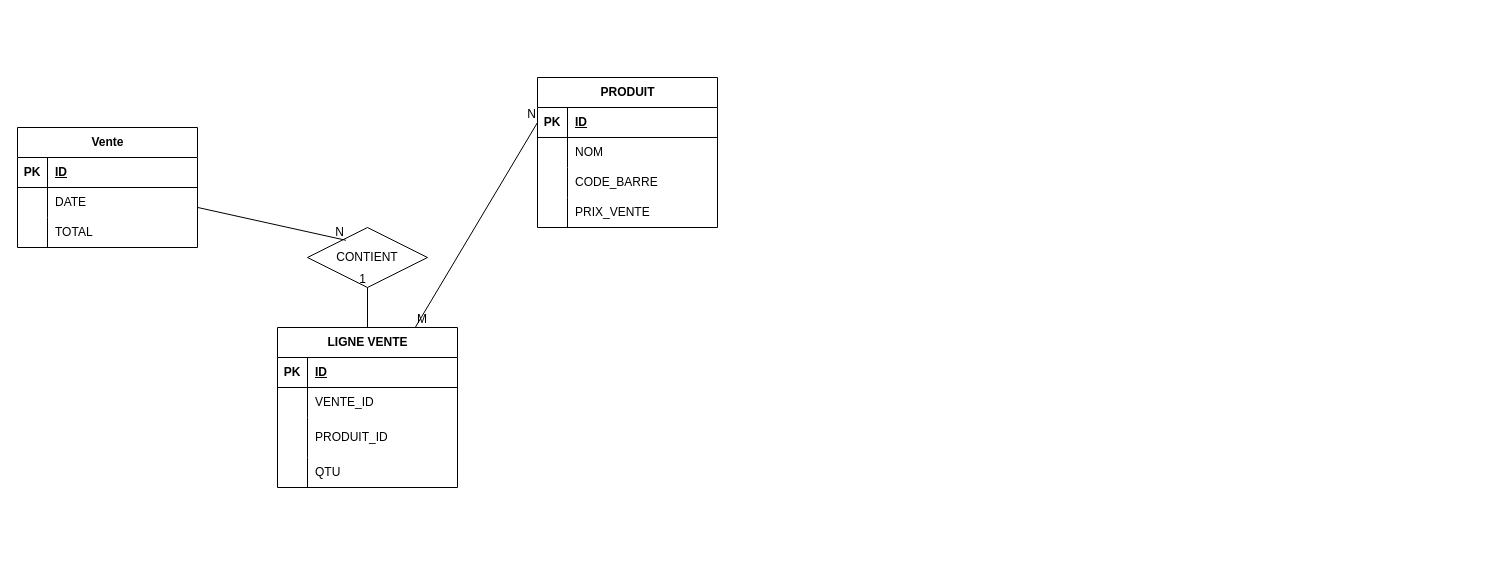
The draw.io diagram docs/mcd.drawio in bizkda/store-manager, before the edit. Source tidied: cells renumbered, new cells numbered last; positions are measured from the earlier drawing's top-left corner, leaving out a move shared by most shapes. Both pictures are drawn from the tidied source at 100%, with x=0, y=0 at pixel (17, 77).
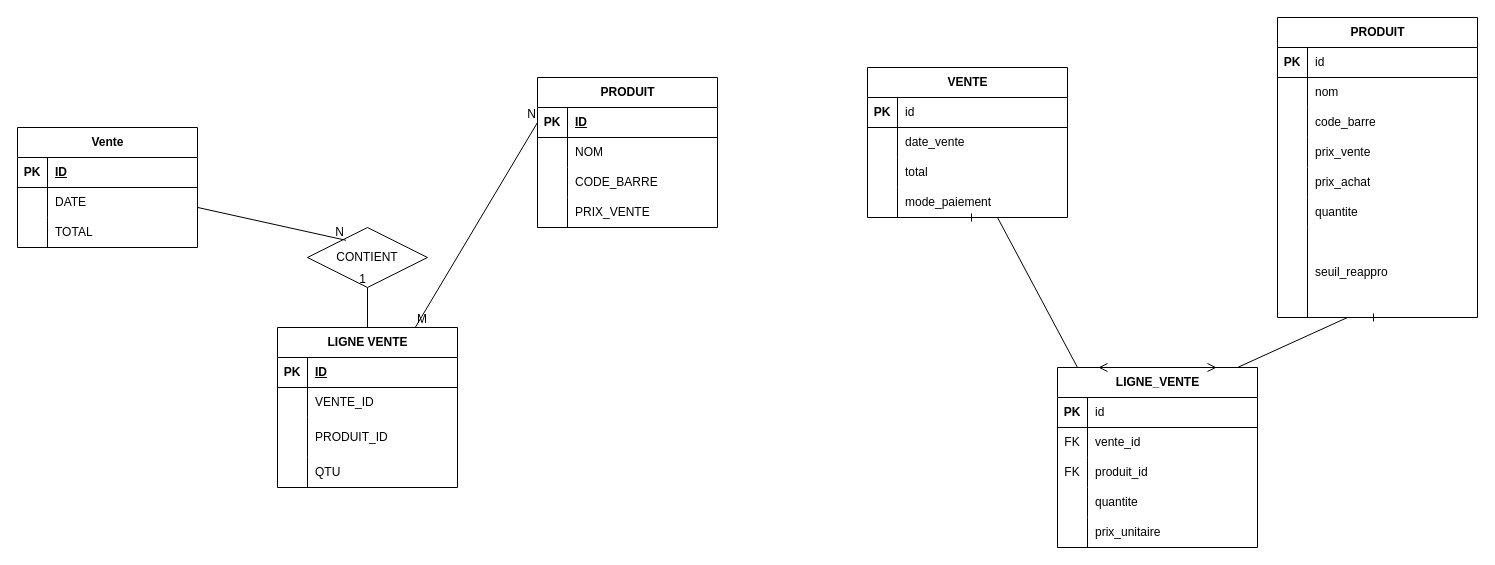
Above is the later version.

Change to the diagram source:
```diff
@@
+    <mxCell id="46" value="VENTE" style="shape=table;startSize=30;childLayout=tableLayout;rowLines=0;fontStyle=1;align=center;html=1;" parent="1" vertex="1">
+      <mxGeometry x="850" y="-10" width="200" height="150" as="geometry" />
+    </mxCell>
+    <mxCell id="47" style="shape=tableRow;horizontal=0;startSize=0;swimlaneHead=0;swimlaneBody=0;fillColor=none;top=0;left=0;right=0;bottom=1;" parent="46" vertex="1">
+      <mxGeometry y="30" width="200" height="30" as="geometry" />
+    </mxCell>
+    <mxCell id="48" value="PK" style="shape=partialRectangle;fillColor=none;top=0;left=0;bottom=0;right=0;fontStyle=1;overflow=hidden;whiteSpace=wrap;html=1;" parent="47" vertex="1">
+      <mxGeometry width="30" height="30" as="geometry" />
+    </mxCell>
+    <mxCell id="49" value="id" style="shape=partialRectangle;fillColor=none;top=0;left=0;bottom=0;right=0;align=left;spacingLeft=6;overflow=hidden;whiteSpace=wrap;html=1;" parent="47" vertex="1">
+      <mxGeometry x="30" width="170" height="30" as="geometry" />
+    </mxCell>
+    <mxCell id="50" style="shape=tableRow;horizontal=0;startSize=0;swimlaneHead=0;swimlaneBody=0;fillColor=none;top=0;left=0;right=0;bottom=0;" parent="46" vertex="1">
+      <mxGeometry y="60" width="200" height="30" as="geometry" />
+    </mxCell>
+    <mxCell id="51" style="shape=partialRectangle;fillColor=none;top=0;left=0;bottom=0;right=0;overflow=hidden;whiteSpace=wrap;html=1;" parent="50" vertex="1">
+      <mxGeometry width="30" height="30" as="geometry" />
+    </mxCell>
+    <mxCell id="52" value="date_vente" style="shape=partialRectangle;fillColor=none;top=0;left=0;bottom=0;right=0;align=left;spacingLeft=6;overflow=hidden;whiteSpace=wrap;html=1;" parent="50" vertex="1">
+      <mxGeometry x="30" width="170" height="30" as="geometry" />
+    </mxCell>
+    <mxCell id="53" style="shape=tableRow;horizontal=0;startSize=0;swimlaneHead=0;swimlaneBody=0;fillColor=none;top=0;left=0;right=0;bottom=0;" parent="46" vertex="1">
+      <mxGeometry y="90" width="200" height="30" as="geometry" />
+    </mxCell>
+    <mxCell id="54" style="shape=partialRectangle;fillColor=none;top=0;left=0;bottom=0;right=0;overflow=hidden;whiteSpace=wrap;html=1;" parent="53" vertex="1">
+      <mxGeometry width="30" height="30" as="geometry" />
+    </mxCell>
+    <mxCell id="55" value="total" style="shape=partialRectangle;fillColor=none;top=0;left=0;bottom=0;right=0;align=left;spacingLeft=6;overflow=hidden;whiteSpace=wrap;html=1;" parent="53" vertex="1">
+      <mxGeometry x="30" width="170" height="30" as="geometry" />
+    </mxCell>
+    <mxCell id="56" style="shape=tableRow;horizontal=0;startSize=0;swimlaneHead=0;swimlaneBody=0;fillColor=none;top=0;left=0;right=0;bottom=0;" parent="46" vertex="1">
+      <mxGeometry y="120" width="200" height="30" as="geometry" />
+    </mxCell>
+    <mxCell id="57" style="shape=partialRectangle;fillColor=none;top=0;left=0;bottom=0;right=0;overflow=hidden;whiteSpace=wrap;html=1;" parent="56" vertex="1">
+      <mxGeometry width="30" height="30" as="geometry" />
+    </mxCell>
+    <mxCell id="58" value="mode_paiement" style="shape=partialRectangle;fillColor=none;top=0;left=0;bottom=0;right=0;align=left;spacingLeft=6;overflow=hidden;whiteSpace=wrap;html=1;" parent="56" vertex="1">
+      <mxGeometry x="30" width="170" height="30" as="geometry" />
+    </mxCell>
+    <mxCell id="59" value="PRODUIT" style="shape=table;startSize=30;childLayout=tableLayout;rowLines=0;fontStyle=1;align=center;html=1;" parent="1" vertex="1">
+      <mxGeometry x="1260" y="-60" width="200" height="300" as="geometry" />
+    </mxCell>
+    <mxCell id="60" style="shape=tableRow;horizontal=0;startSize=0;swimlaneHead=0;swimlaneBody=0;fillColor=none;top=0;left=0;right=0;bottom=1;" parent="59" vertex="1">
+      <mxGeometry y="30" width="200" height="30" as="geometry" />
+    </mxCell>
+    <mxCell id="61" value="PK" style="shape=partialRectangle;fillColor=none;top=0;left=0;bottom=0;right=0;fontStyle=1;overflow=hidden;whiteSpace=wrap;html=1;" parent="60" vertex="1">
+      <mxGeometry width="30" height="30" as="geometry" />
+    </mxCell>
+    <mxCell id="62" value="id" style="shape=partialRectangle;fillColor=none;top=0;left=0;bottom=0;right=0;align=left;spacingLeft=6;overflow=hidden;whiteSpace=wrap;html=1;" parent="60" vertex="1">
+      <mxGeometry x="30" width="170" height="30" as="geometry" />
+    </mxCell>
+    <mxCell id="63" style="shape=tableRow;horizontal=0;startSize=0;swimlaneHead=0;swimlaneBody=0;fillColor=none;top=0;left=0;right=0;bottom=0;" parent="59" vertex="1">
+      <mxGeometry y="60" width="200" height="30" as="geometry" />
+    </mxCell>
+    <mxCell id="64" style="shape=partialRectangle;fillColor=none;top=0;left=0;bottom=0;right=0;overflow=hidden;whiteSpace=wrap;html=1;" parent="63" vertex="1">
+      <mxGeometry width="30" height="30" as="geometry" />
+    </mxCell>
+    <mxCell id="65" value="nom" style="shape=partialRectangle;fillColor=none;top=0;left=0;bottom=0;right=0;align=left;spacingLeft=6;overflow=hidden;whiteSpace=wrap;html=1;" parent="63" vertex="1">
+      <mxGeometry x="30" width="170" height="30" as="geometry" />
+    </mxCell>
+    <mxCell id="66" style="shape=tableRow;horizontal=0;startSize=0;swimlaneHead=0;swimlaneBody=0;fillColor=none;top=0;left=0;right=0;bottom=0;" parent="59" vertex="1">
+      <mxGeometry y="90" width="200" height="30" as="geometry" />
+    </mxCell>
+    <mxCell id="67" style="shape=partialRectangle;fillColor=none;top=0;left=0;bottom=0;right=0;overflow=hidden;whiteSpace=wrap;html=1;" parent="66" vertex="1">
+      <mxGeometry width="30" height="30" as="geometry" />
+    </mxCell>
+    <mxCell id="68" value="code_barre" style="shape=partialRectangle;fillColor=none;top=0;left=0;bottom=0;right=0;align=left;spacingLeft=6;overflow=hidden;whiteSpace=wrap;html=1;" parent="66" vertex="1">
+      <mxGeometry x="30" width="170" height="30" as="geometry" />
+    </mxCell>
+    <mxCell id="69" style="shape=tableRow;horizontal=0;startSize=0;swimlaneHead=0;swimlaneBody=0;fillColor=none;top=0;left=0;right=0;bottom=0;" parent="59" vertex="1">
+      <mxGeometry y="120" width="200" height="30" as="geometry" />
+    </mxCell>
+    <mxCell id="70" style="shape=partialRectangle;fillColor=none;top=0;left=0;bottom=0;right=0;overflow=hidden;whiteSpace=wrap;html=1;" parent="69" vertex="1">
+      <mxGeometry width="30" height="30" as="geometry" />
+    </mxCell>
+    <mxCell id="71" value="prix_vente" style="shape=partialRectangle;fillColor=none;top=0;left=0;bottom=0;right=0;align=left;spacingLeft=6;overflow=hidden;whiteSpace=wrap;html=1;" parent="69" vertex="1">
+      <mxGeometry x="30" width="170" height="30" as="geometry" />
+    </mxCell>
+    <mxCell id="72" style="shape=tableRow;horizontal=0;startSize=0;swimlaneHead=0;swimlaneBody=0;fillColor=none;top=0;left=0;right=0;bottom=0;" parent="59" vertex="1">
+      <mxGeometry y="150" width="200" height="30" as="geometry" />
+    </mxCell>
+    <mxCell id="73" style="shape=partialRectangle;fillColor=none;top=0;left=0;bottom=0;right=0;overflow=hidden;whiteSpace=wrap;html=1;" parent="72" vertex="1">
+      <mxGeometry width="30" height="30" as="geometry" />
+    </mxCell>
+    <mxCell id="74" value="prix_achat" style="shape=partialRectangle;fillColor=none;top=0;left=0;bottom=0;right=0;align=left;spacingLeft=6;overflow=hidden;whiteSpace=wrap;html=1;" parent="72" vertex="1">
+      <mxGeometry x="30" width="170" height="30" as="geometry" />
+    </mxCell>
+    <mxCell id="75" style="shape=tableRow;horizontal=0;startSize=0;swimlaneHead=0;swimlaneBody=0;fillColor=none;top=0;left=0;right=0;bottom=0;" parent="59" vertex="1">
+      <mxGeometry y="180" width="200" height="30" as="geometry" />
+    </mxCell>
+    <mxCell id="76" style="shape=partialRectangle;fillColor=none;top=0;left=0;bottom=0;right=0;overflow=hidden;whiteSpace=wrap;html=1;" parent="75" vertex="1">
+      <mxGeometry width="30" height="30" as="geometry" />
+    </mxCell>
+    <mxCell id="77" value="quantite" style="shape=partialRectangle;fillColor=none;top=0;left=0;bottom=0;right=0;align=left;spacingLeft=6;overflow=hidden;whiteSpace=wrap;html=1;" parent="75" vertex="1">
+      <mxGeometry x="30" width="170" height="30" as="geometry" />
+    </mxCell>
+    <mxCell id="78" style="shape=tableRow;horizontal=0;startSize=0;swimlaneHead=0;swimlaneBody=0;fillColor=none;top=0;left=0;right=0;bottom=0;" parent="59" vertex="1">
+      <mxGeometry y="210" width="200" height="90" as="geometry" />
+    </mxCell>
+    <mxCell id="79" style="shape=partialRectangle;fillColor=none;top=0;left=0;bottom=0;right=0;overflow=hidden;whiteSpace=wrap;html=1;" parent="78" vertex="1">
+      <mxGeometry width="30" height="90" as="geometry" />
+    </mxCell>
+    <mxCell id="80" value="seuil_reappro" style="shape=partialRectangle;fillColor=none;top=0;left=0;bottom=0;right=0;align=left;spacingLeft=6;overflow=hidden;whiteSpace=wrap;html=1;" parent="78" vertex="1">
+      <mxGeometry x="30" width="170" height="90" as="geometry" />
+    </mxCell>
+    <mxCell id="81" value="LIGNE_VENTE" style="shape=table;startSize=30;childLayout=tableLayout;rowLines=0;fontStyle=1;align=center;html=1;" parent="1" vertex="1">
+      <mxGeometry x="1040" y="290" width="200" height="180" as="geometry" />
+    </mxCell>
+    <mxCell id="82" style="shape=tableRow;horizontal=0;startSize=0;swimlaneHead=0;swimlaneBody=0;fillColor=none;top=0;left=0;right=0;bottom=1;" parent="81" vertex="1">
+      <mxGeometry y="30" width="200" height="30" as="geometry" />
+    </mxCell>
+    <mxCell id="83" value="PK" style="shape=partialRectangle;fillColor=none;top=0;left=0;bottom=0;right=0;fontStyle=1;overflow=hidden;whiteSpace=wrap;html=1;" parent="82" vertex="1">
+      <mxGeometry width="30" height="30" as="geometry" />
+    </mxCell>
+    <mxCell id="84" value="id" style="shape=partialRectangle;fillColor=none;top=0;left=0;bottom=0;right=0;align=left;spacingLeft=6;overflow=hidden;whiteSpace=wrap;html=1;" parent="82" vertex="1">
+      <mxGeometry x="30" width="170" height="30" as="geometry" />
+    </mxCell>
+    <mxCell id="85" style="shape=tableRow;horizontal=0;startSize=0;swimlaneHead=0;swimlaneBody=0;fillColor=none;top=0;left=0;right=0;bottom=0;" parent="81" vertex="1">
+      <mxGeometry y="60" width="200" height="30" as="geometry" />
+    </mxCell>
+    <mxCell id="86" value="FK" style="shape=partialRectangle;fillColor=none;top=0;left=0;bottom=0;right=0;overflow=hidden;whiteSpace=wrap;html=1;" parent="85" vertex="1">
+      <mxGeometry width="30" height="30" as="geometry" />
+    </mxCell>
+    <mxCell id="87" value="vente_id" style="shape=partialRectangle;fillColor=none;top=0;left=0;bottom=0;right=0;align=left;spacingLeft=6;overflow=hidden;whiteSpace=wrap;html=1;" parent="85" vertex="1">
+      <mxGeometry x="30" width="170" height="30" as="geometry" />
+    </mxCell>
+    <mxCell id="88" style="shape=tableRow;horizontal=0;startSize=0;swimlaneHead=0;swimlaneBody=0;fillColor=none;top=0;left=0;right=0;bottom=0;" parent="81" vertex="1">
+      <mxGeometry y="90" width="200" height="30" as="geometry" />
+    </mxCell>
+    <mxCell id="89" value="FK" style="shape=partialRectangle;fillColor=none;top=0;left=0;bottom=0;right=0;overflow=hidden;whiteSpace=wrap;html=1;" parent="88" vertex="1">
+      <mxGeometry width="30" height="30" as="geometry" />
+    </mxCell>
+    <mxCell id="90" value="produit_id" style="shape=partialRectangle;fillColor=none;top=0;left=0;bottom=0;right=0;align=left;spacingLeft=6;overflow=hidden;whiteSpace=wrap;html=1;" parent="88" vertex="1">
+      <mxGeometry x="30" width="170" height="30" as="geometry" />
+    </mxCell>
+    <mxCell id="91" style="shape=tableRow;horizontal=0;startSize=0;swimlaneHead=0;swimlaneBody=0;fillColor=none;top=0;left=0;right=0;bottom=0;" parent="81" vertex="1">
+      <mxGeometry y="120" width="200" height="30" as="geometry" />
+    </mxCell>
+    <mxCell id="92" style="shape=partialRectangle;fillColor=none;top=0;left=0;bottom=0;right=0;overflow=hidden;whiteSpace=wrap;html=1;" parent="91" vertex="1">
+      <mxGeometry width="30" height="30" as="geometry" />
+    </mxCell>
+    <mxCell id="93" value="quantite" style="shape=partialRectangle;fillColor=none;top=0;left=0;bottom=0;right=0;align=left;spacingLeft=6;overflow=hidden;whiteSpace=wrap;html=1;" parent="91" vertex="1">
+      <mxGeometry x="30" width="170" height="30" as="geometry" />
+    </mxCell>
+    <mxCell id="94" style="shape=tableRow;horizontal=0;startSize=0;swimlaneHead=0;swimlaneBody=0;fillColor=none;top=0;left=0;right=0;bottom=0;" parent="81" vertex="1">
+      <mxGeometry y="150" width="200" height="30" as="geometry" />
+    </mxCell>
+    <mxCell id="95" style="shape=partialRectangle;fillColor=none;top=0;left=0;bottom=0;right=0;overflow=hidden;whiteSpace=wrap;html=1;" parent="94" vertex="1">
+      <mxGeometry width="30" height="30" as="geometry" />
+    </mxCell>
+    <mxCell id="96" value="prix_unitaire" style="shape=partialRectangle;fillColor=none;top=0;left=0;bottom=0;right=0;align=left;spacingLeft=6;overflow=hidden;whiteSpace=wrap;html=1;" parent="94" vertex="1">
+      <mxGeometry x="30" width="170" height="30" as="geometry" />
+    </mxCell>
+    <mxCell id="97" style="edgeStyle=entityRelationEdgeStyle;fontSize=12;html=1;endArrow=ERmany;startArrow=ERone;rounded=0;exitX=0.5;exitY=1;entryX=0.25;entryY=0;" parent="1" edge="1" source="46" target="81">
+      <mxGeometry relative="1" as="geometry" />
+    </mxCell>
+    <mxCell id="98" style="edgeStyle=entityRelationEdgeStyle;fontSize=12;html=1;endArrow=ERmany;startArrow=ERone;rounded=0;exitX=0.5;exitY=1;entryX=0.75;entryY=0;" parent="1" edge="1" source="59" target="81">
+      <mxGeometry relative="1" as="geometry" />
+    </mxCell>
```
